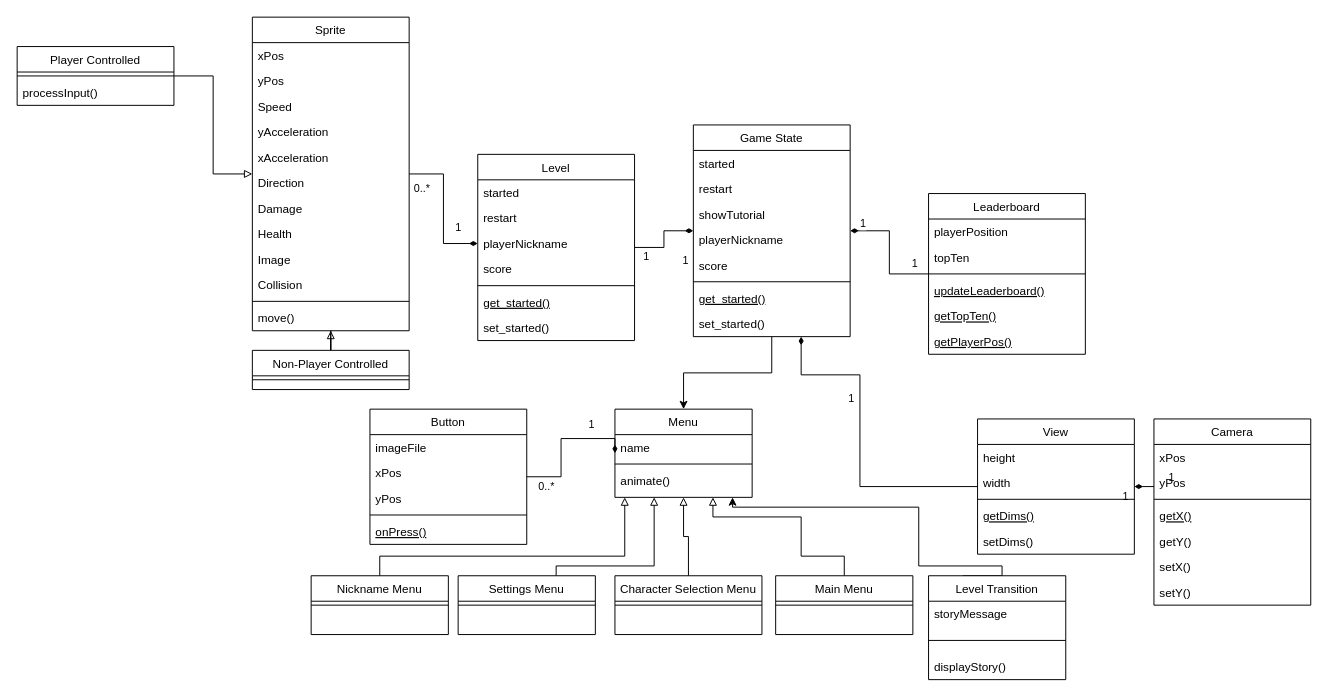
Before: class-diagram.drawio in UoB-COMSM0110/2024-group-9, a draw.io diagram. Source tidied: cells renumbered, new cells numbered last; positions are measured from the earlier drawing's top-left corner, leaving out a move shared by most shapes. Both pictures are drawn from the tidied source at 98%, with x=0, y=0 at pixel (17, 17).
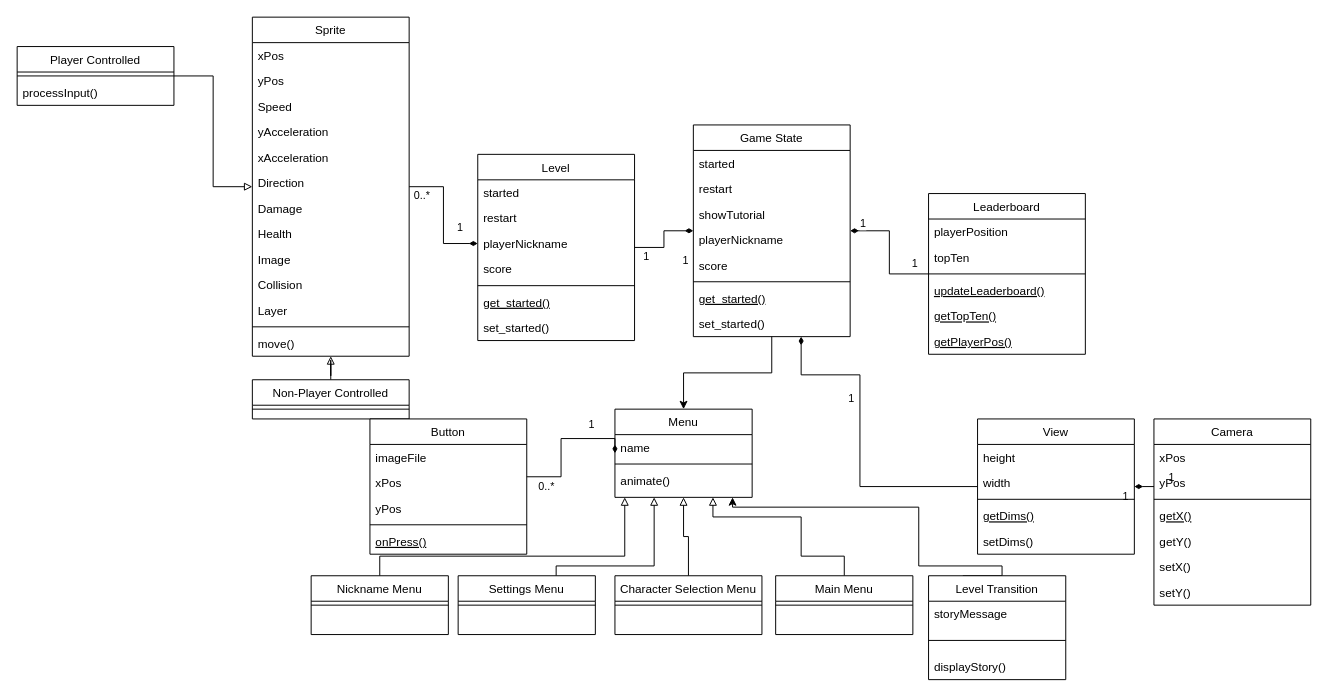
The same diagram, later.

Commit message:
Add layer attribute

Change to the diagram source:
```diff
@@
     <mxCell id="42" value="Sprite" style="swimlane;fontStyle=0;align=center;verticalAlign=top;horizontal=1;startSize=26;rounded=0;shadow=0;strokeWidth=1;" parent="1" vertex="1">
-      <mxGeometry x="240" width="160" height="320" as="geometry" />
+      <mxGeometry x="240" width="160" height="346" as="geometry" />
     </mxCell>
@@
+    <mxCell id="105" value="Collision" style="text;align=left;verticalAlign=top;spacingLeft=4;spacingRight=4;overflow=hidden;rounded=0;shadow=0;html=0;" parent="42" vertex="1">
+      <mxGeometry y="260" width="160" height="26" as="geometry" />
+    </mxCell>
-    <mxCell id="52" value="Collision" style="text;align=left;verticalAlign=top;spacingLeft=4;spacingRight=4;overflow=hidden;rounded=0;shadow=0;html=0;" parent="42" vertex="1">
-      <mxGeometry y="260" width="160" height="26" as="geometry" />
+    <mxCell id="52" value="Layer" style="text;align=left;verticalAlign=top;spacingLeft=4;spacingRight=4;overflow=hidden;rounded=0;shadow=0;html=0;" parent="42" vertex="1">
+      <mxGeometry y="286" width="160" height="26" as="geometry" />
     </mxCell>
     <mxCell id="53" style="line;html=1;strokeWidth=1;align=left;verticalAlign=middle;spacingTop=-1;spacingLeft=3;spacingRight=3;labelPosition=right;" parent="42" vertex="1">
-      <mxGeometry y="286" width="160" height="8" as="geometry" />
+      <mxGeometry y="312" width="160" height="8" as="geometry" />
     </mxCell>
     <mxCell id="54" value="move()" style="text;align=left;verticalAlign=top;spacingLeft=4;spacingRight=4;overflow=hidden;rounded=0;shadow=0;html=0;" parent="42" vertex="1">
-      <mxGeometry y="294" width="160" height="26" as="geometry" />
+      <mxGeometry y="320" width="160" height="26" as="geometry" />
     </mxCell>
@@
     <mxCell id="58" value="Non-Player Controlled" style="swimlane;fontStyle=0;align=center;verticalAlign=top;horizontal=1;startSize=26;rounded=0;shadow=0;strokeWidth=1;" parent="1" vertex="1">
-      <mxGeometry x="240" y="340" width="160" height="40" as="geometry" />
+      <mxGeometry x="240" y="370" width="160" height="40" as="geometry" />
     </mxCell>
@@
     <mxCell id="86" value="Button" style="swimlane;fontStyle=0;align=center;verticalAlign=top;horizontal=1;startSize=26;rounded=0;shadow=0;strokeWidth=1;" parent="1" vertex="1">
-      <mxGeometry x="360" y="400" width="160" height="138" as="geometry" />
+      <mxGeometry x="360" y="410" width="160" height="138" as="geometry" />
     </mxCell>
```
